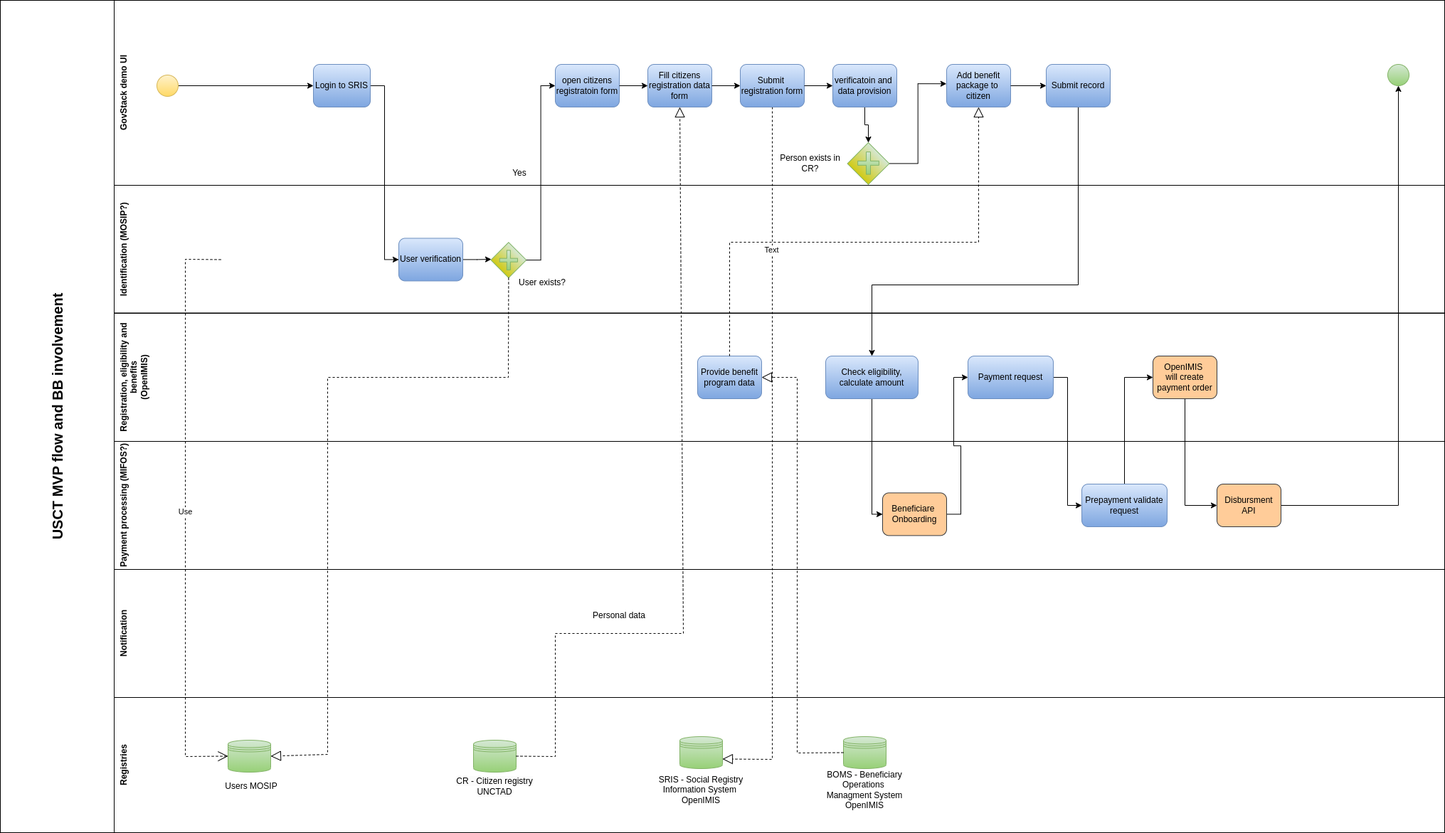
Before: spec/.gitbook/assets/happy-flow.png, a diagram exported from draw.io (GovStackWorkingGroup/sandbox). Source tidied: cells renumbered, new cells last; positions are measured from the earlier drawing's top-left corner, leaving out a move shared by most shapes.
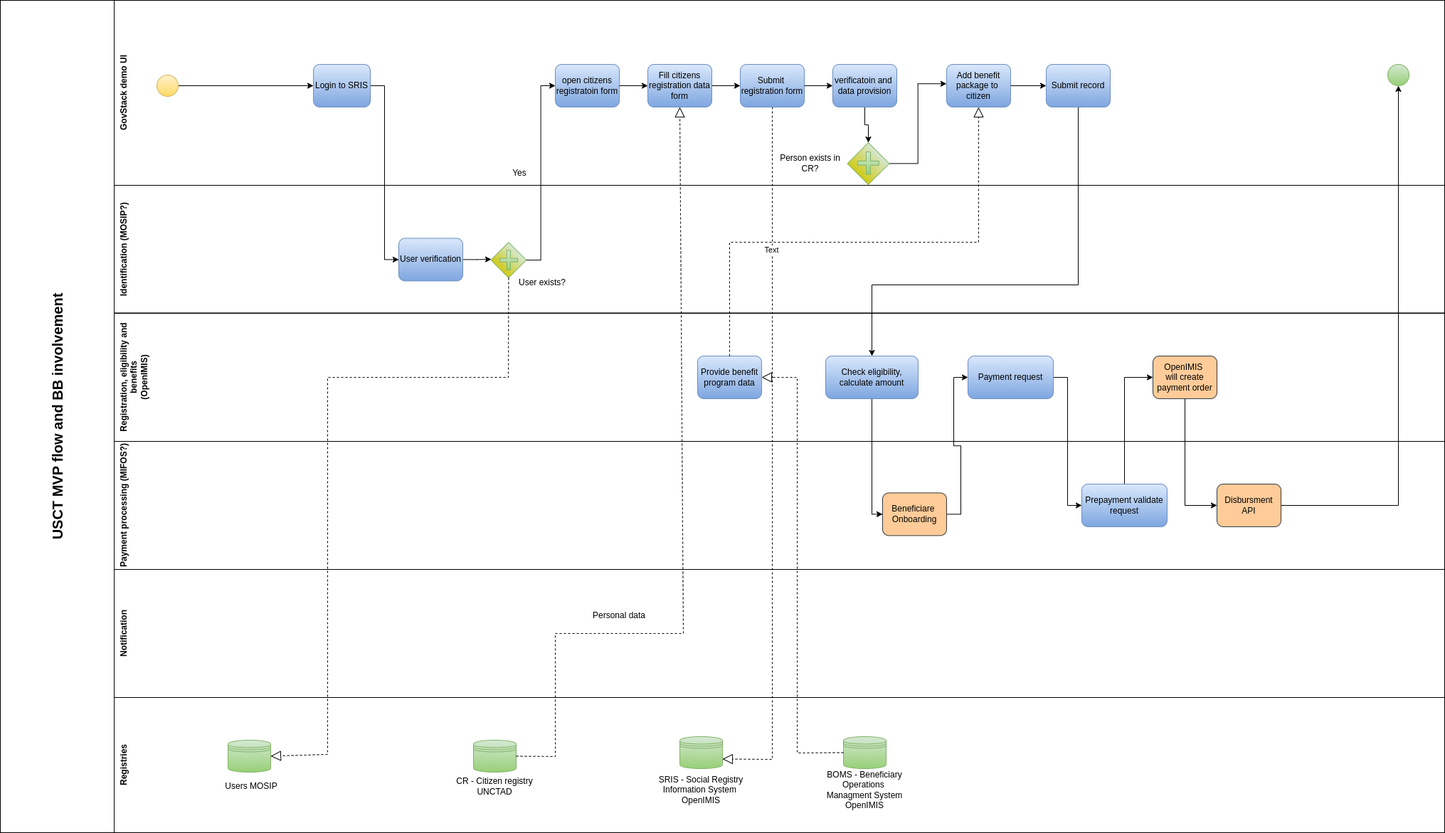
After the commit.

What changed in the source:
```diff
@@ -72,16 +72,6 @@
     <mxCell id="21" value="Prepayment validate request" style="rounded=1;whiteSpace=wrap;html=1;fillColor=#dae8fc;gradientColor=#7ea6e0;strokeColor=#6c8ebf;" parent="1" vertex="1">
       <mxGeometry x="1520" y="680" width="120" height="60" as="geometry" />
     </mxCell>
-    <mxCell id="22" value="Use" style="endArrow=open;endSize=12;dashed=1;html=1;rounded=0;exitX=0;exitY=0.5;exitDx=0;exitDy=0;entryX=0;entryY=0.5;entryDx=0;entryDy=0;" parent="1" edge="1" target="36">
-      <mxGeometry relative="1" as="geometry">
-        <mxPoint x="310" y="364.4" as="sourcePoint" />
-        <Array as="points">
-          <mxPoint x="260" y="364" />
-          <mxPoint x="260" y="550" />
-          <mxPoint x="260" y="1063" />
-        </Array>
-      </mxGeometry>
-    </mxCell>
     <mxCell id="23" style="group;" parent="1" vertex="1">
       <mxGeometry x="1070" y="200" width="178.8" height="57.6" as="geometry" />
     </mxCell>
```
